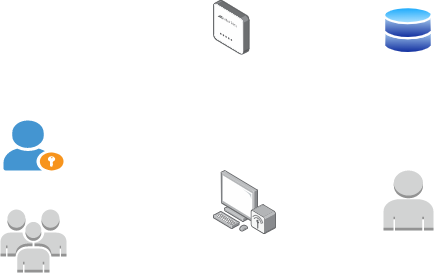
The draw.io diagram operational_f.png in Jayrou12345/Flowchart, before a commit. Source tidied: cells renumbered, new cells last; positions are measured from the earlier drawing's top-left corner, leaving out a move shared by most shapes.
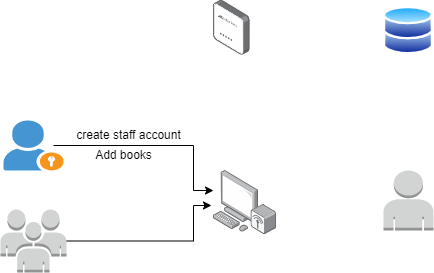
After the commit.

What changed in the source:
```diff
@@ -2,12 +2,29 @@
   <root>
     <mxCell id="0" />
     <mxCell id="1" parent="0" />
+    <mxCell id="8" style="edgeStyle=orthogonalEdgeStyle;rounded=0;jettySize=auto;html=1;entryX=0;entryY=0.312;entryDx=0;entryDy=0;entryPerimeter=0;" parent="1" edge="1" target="5">
+      <mxGeometry relative="1" as="geometry">
+        <mxPoint x="53" y="145" as="sourcePoint" />
+        <Array as="points">
+          <mxPoint x="193" y="145" />
+          <mxPoint x="193" y="190" />
+        </Array>
+      </mxGeometry>
+    </mxCell>
     <mxCell id="2" style="shadow=0;dashed=0;html=1;strokeColor=none;fillColor=#4495D1;labelPosition=center;verticalLabelPosition=bottom;verticalAlign=top;align=center;shape=mxgraph.veeam.portal_admin;" parent="1" vertex="1">
       <mxGeometry x="3" y="120" width="60" height="50" as="geometry" />
     </mxCell>
     <mxCell id="3" style="dashed=0;verticalLabelPosition=bottom;verticalAlign=top;align=center;html=1;shape=mxgraph.aws3.user;fillColor=#D2D3D3;gradientColor=none;" parent="1" vertex="1">
       <mxGeometry x="383" y="170" width="50" height="60" as="geometry" />
     </mxCell>
+    <mxCell id="9" style="edgeStyle=orthogonalEdgeStyle;rounded=0;jettySize=auto;html=1;exitX=1;exitY=0.5;exitDx=0;exitDy=0;exitPerimeter=0;entryX=-0.032;entryY=0.545;entryDx=0;entryDy=0;entryPerimeter=0;" parent="1" edge="1" source="4" target="5">
+      <mxGeometry relative="1" as="geometry">
+        <Array as="points">
+          <mxPoint x="193" y="241" />
+          <mxPoint x="193" y="205" />
+        </Array>
+      </mxGeometry>
+    </mxCell>
     <mxCell id="4" style="outlineConnect=0;dashed=0;verticalLabelPosition=bottom;verticalAlign=top;align=center;html=1;shape=mxgraph.aws3.users;fillColor=#D2D3D3;gradientColor=none;" parent="1" vertex="1">
       <mxGeometry y="209" width="66" height="63" as="geometry" />
     </mxCell>
@@ -20,5 +37,11 @@
     <mxCell id="7" style="image;perimeter=ellipsePerimeter;html=1;align=center;shadow=0;dashed=0;spacingTop=3;image=img/lib/active_directory/databases.svg;" parent="1" vertex="1">
       <mxGeometry x="383" y="5.6" width="50" height="49" as="geometry" />
     </mxCell>
+    <mxCell id="10" value="create staff account" style="text;html=1;align=center;verticalAlign=middle;strokeColor=none;fillColor=none;" parent="1" vertex="1">
+      <mxGeometry x="63" y="120" width="130" height="30" as="geometry" />
+    </mxCell>
+    <mxCell id="11" value="Add books" style="text;html=1;align=center;verticalAlign=middle;strokeColor=none;fillColor=none;" parent="1" vertex="1">
+      <mxGeometry x="83" y="140" width="80" height="30" as="geometry" />
+    </mxCell>
   </root>
 </mxGraphModel>
```
